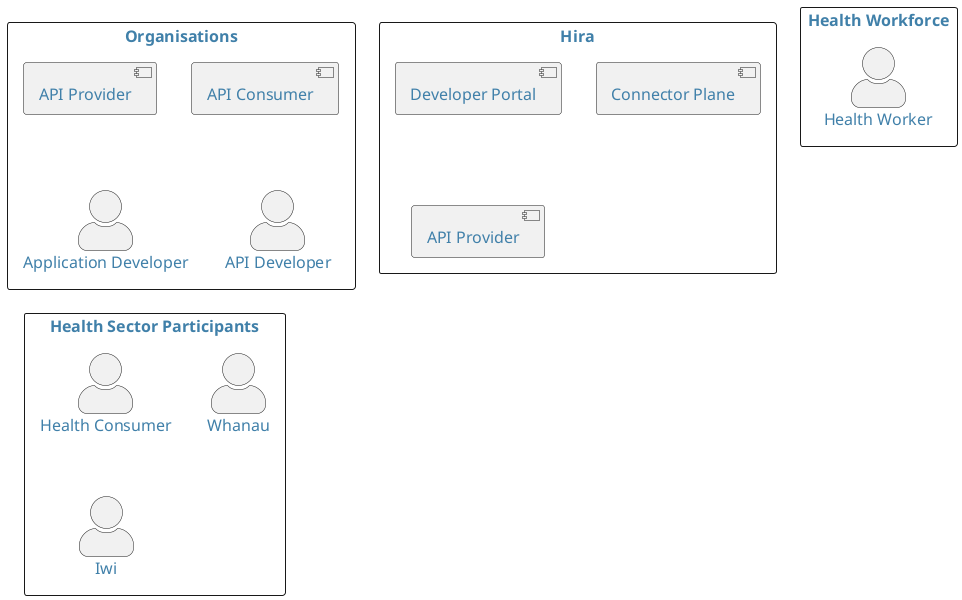
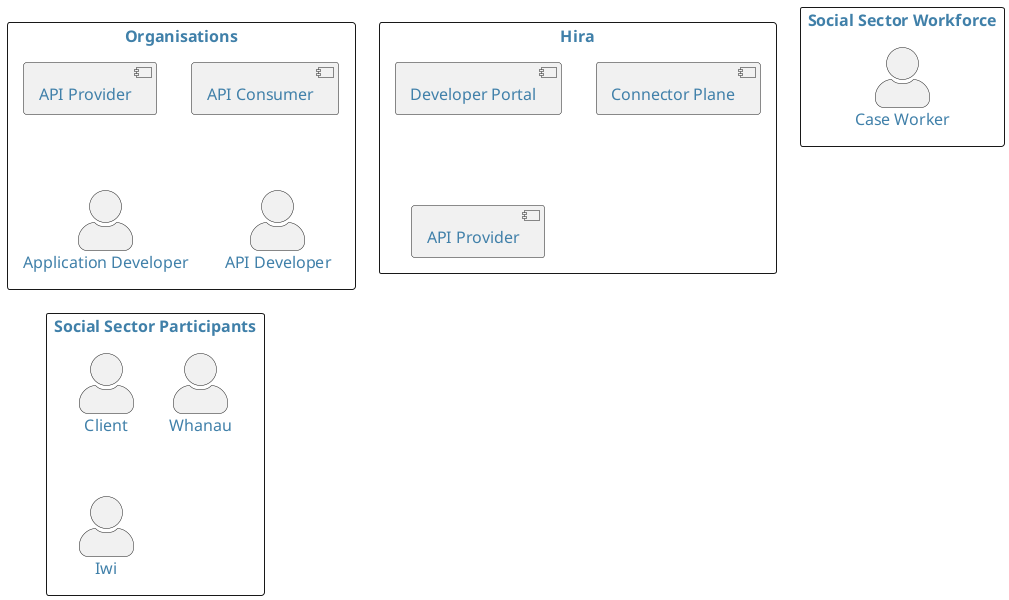
@startuml

skinparam {
    defaultFontColor #4080a9
    defaultBackgroundColor #d7f8ff
    defaultComponentColour #61d9de
    defaultActorColour #61d9de
    defaultFontSize 16
    defaultArrowThickness 6
    actorStyle awesome
    linetype polyline
}

rectangle Organisations {
    component "API Provider"  as AG
    component "API Consumer" as AC
    actor "Application Developer" as APPD
    actor "API Developer" as APID
}
rectangle Hira {
    component "Developer Portal" as DP
    component "Connector Plane" as CP
    component "API Provider"  as HAP
    'DP -[hidden]- CP
    'HAP -[hidden]- CP
}
- rectangle "Health Sector Participants" as HSP {
-     actor "Health Consumer" as HC
+ rectangle "Social Sector Participants" as HSP {
+     actor "Client" as HC
    actor "Whanau"
    actor "Iwi"

}
- rectangle "Health Workforce"  as HWF {
-     actor "Health Worker" AS HW
+ rectangle "Social Sector Workforce"  as HWF {
+     actor "Case Worker" AS HW
}

'HSP --[hidden]up-- HWF
'Organisations --[hidden]up-- Hira

@enduml